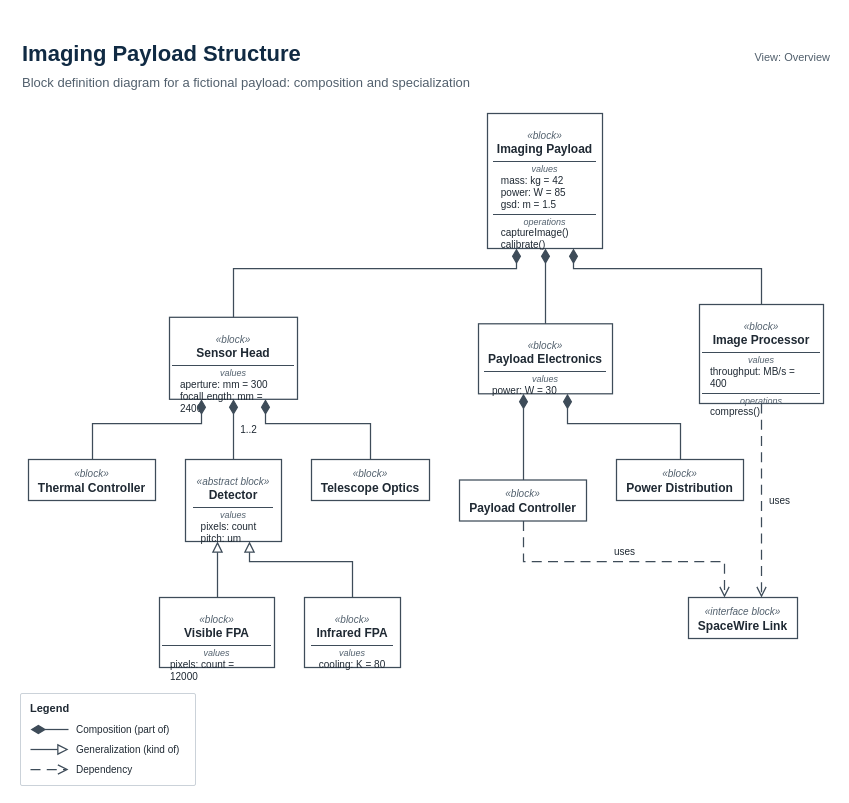
The draw.io diagram examples/imaging_payload_bdd.drawio in jdlongmire/technical-architecture-diagram, before the edit. Source tidied: cells renumbered, new cells numbered last; positions are measured from the earlier drawing's top-left corner, leaving out a move shared by most shapes. Both pictures are drawn from the tidied source at 100%, with x=0, y=0 at pixel (20, 34).
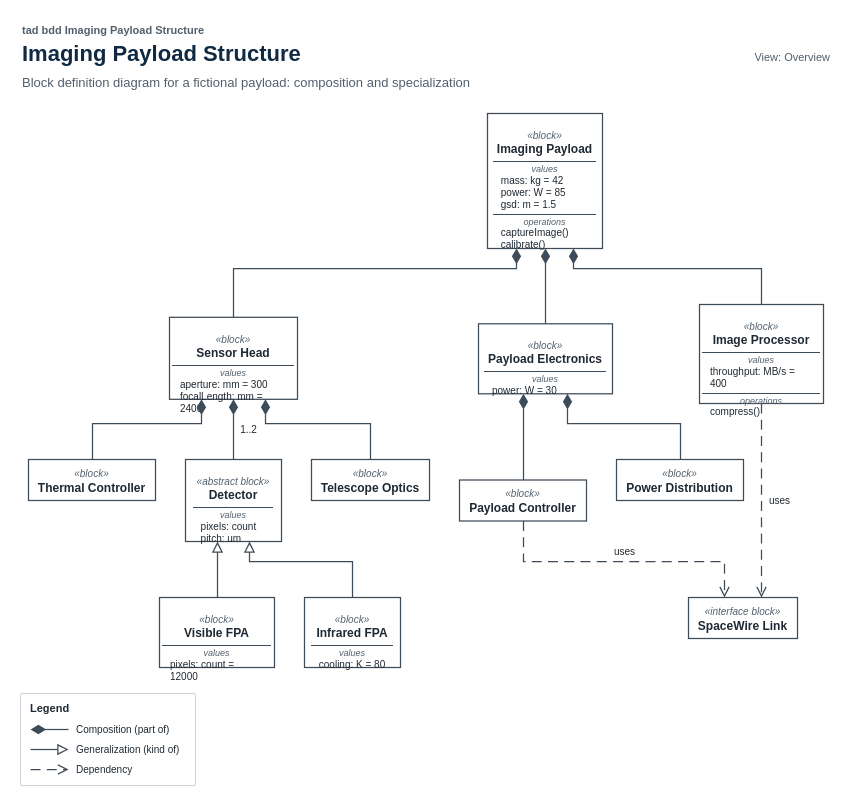
The same diagram, later.

Change to the diagram source:
```diff
@@
+    <mxCell id="36" value="tad bdd Imaging Payload Structure" style="text;html=1;align=left;verticalAlign=top;fontSize=11;fontStyle=1;fontFamily=Helvetica;fontColor=#52606D;whiteSpace=nowrap;" parent="1" vertex="1">
+      <mxGeometry y="-17" width="648.2" height="15" as="geometry" />
+    </mxCell>
```
